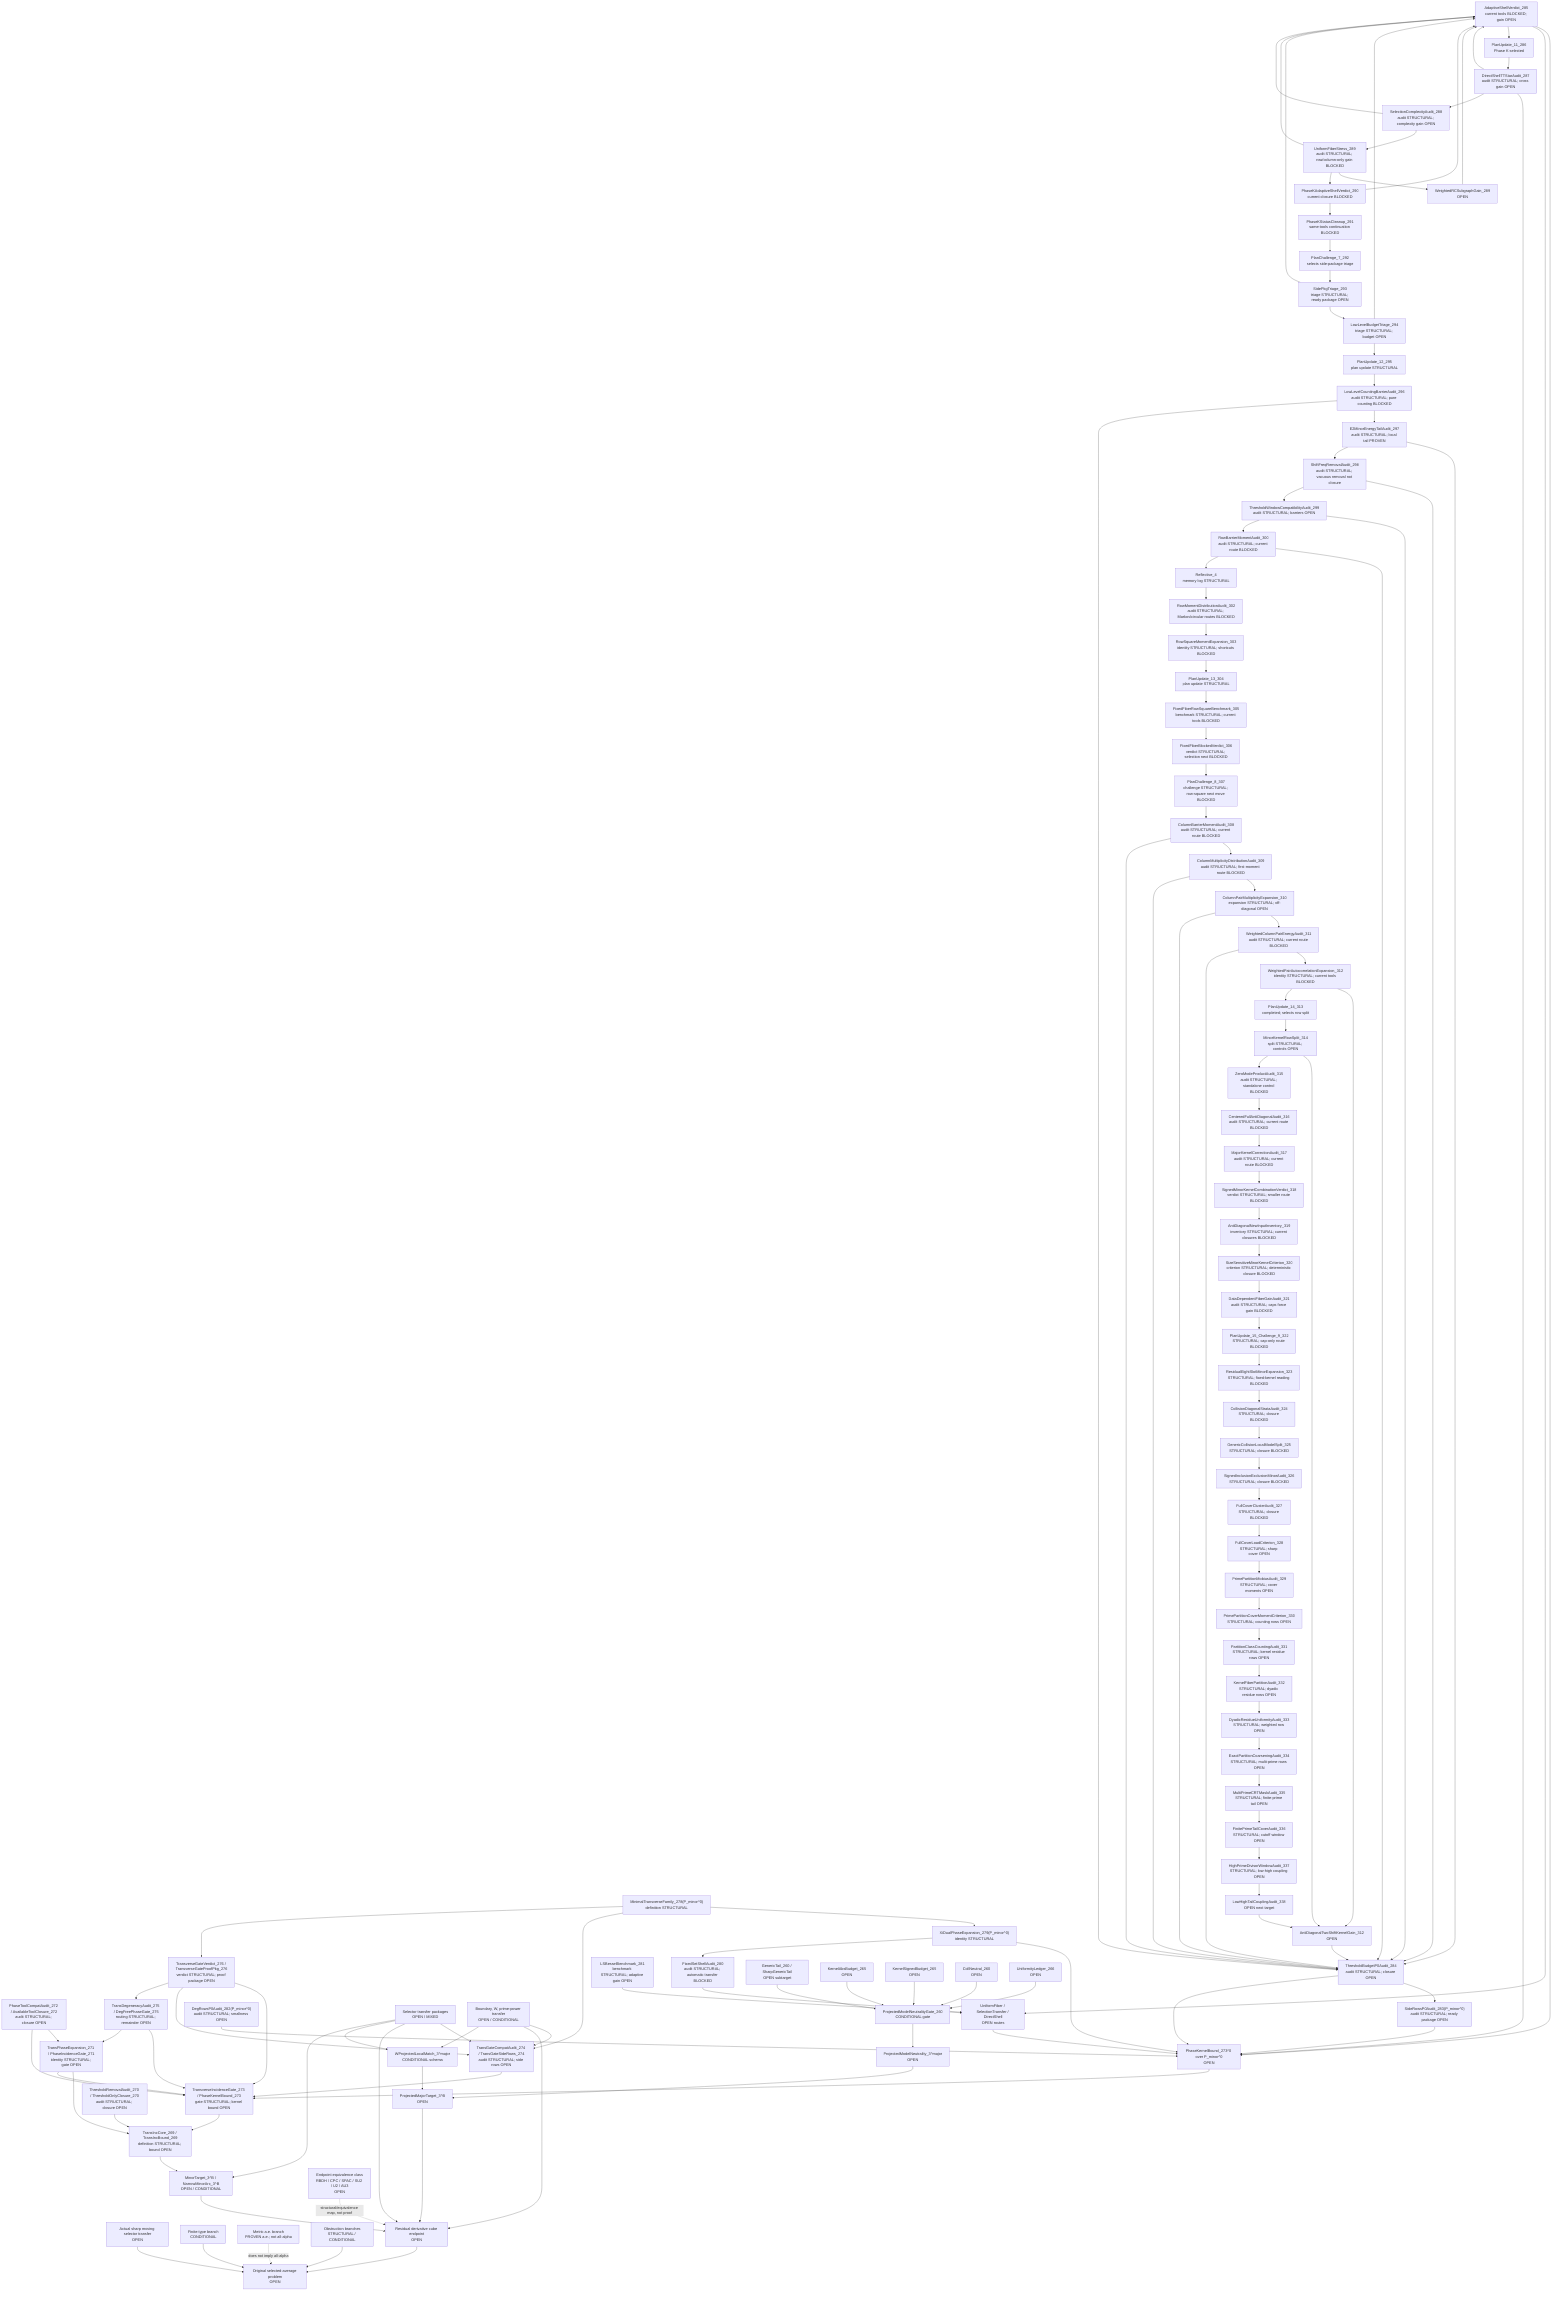
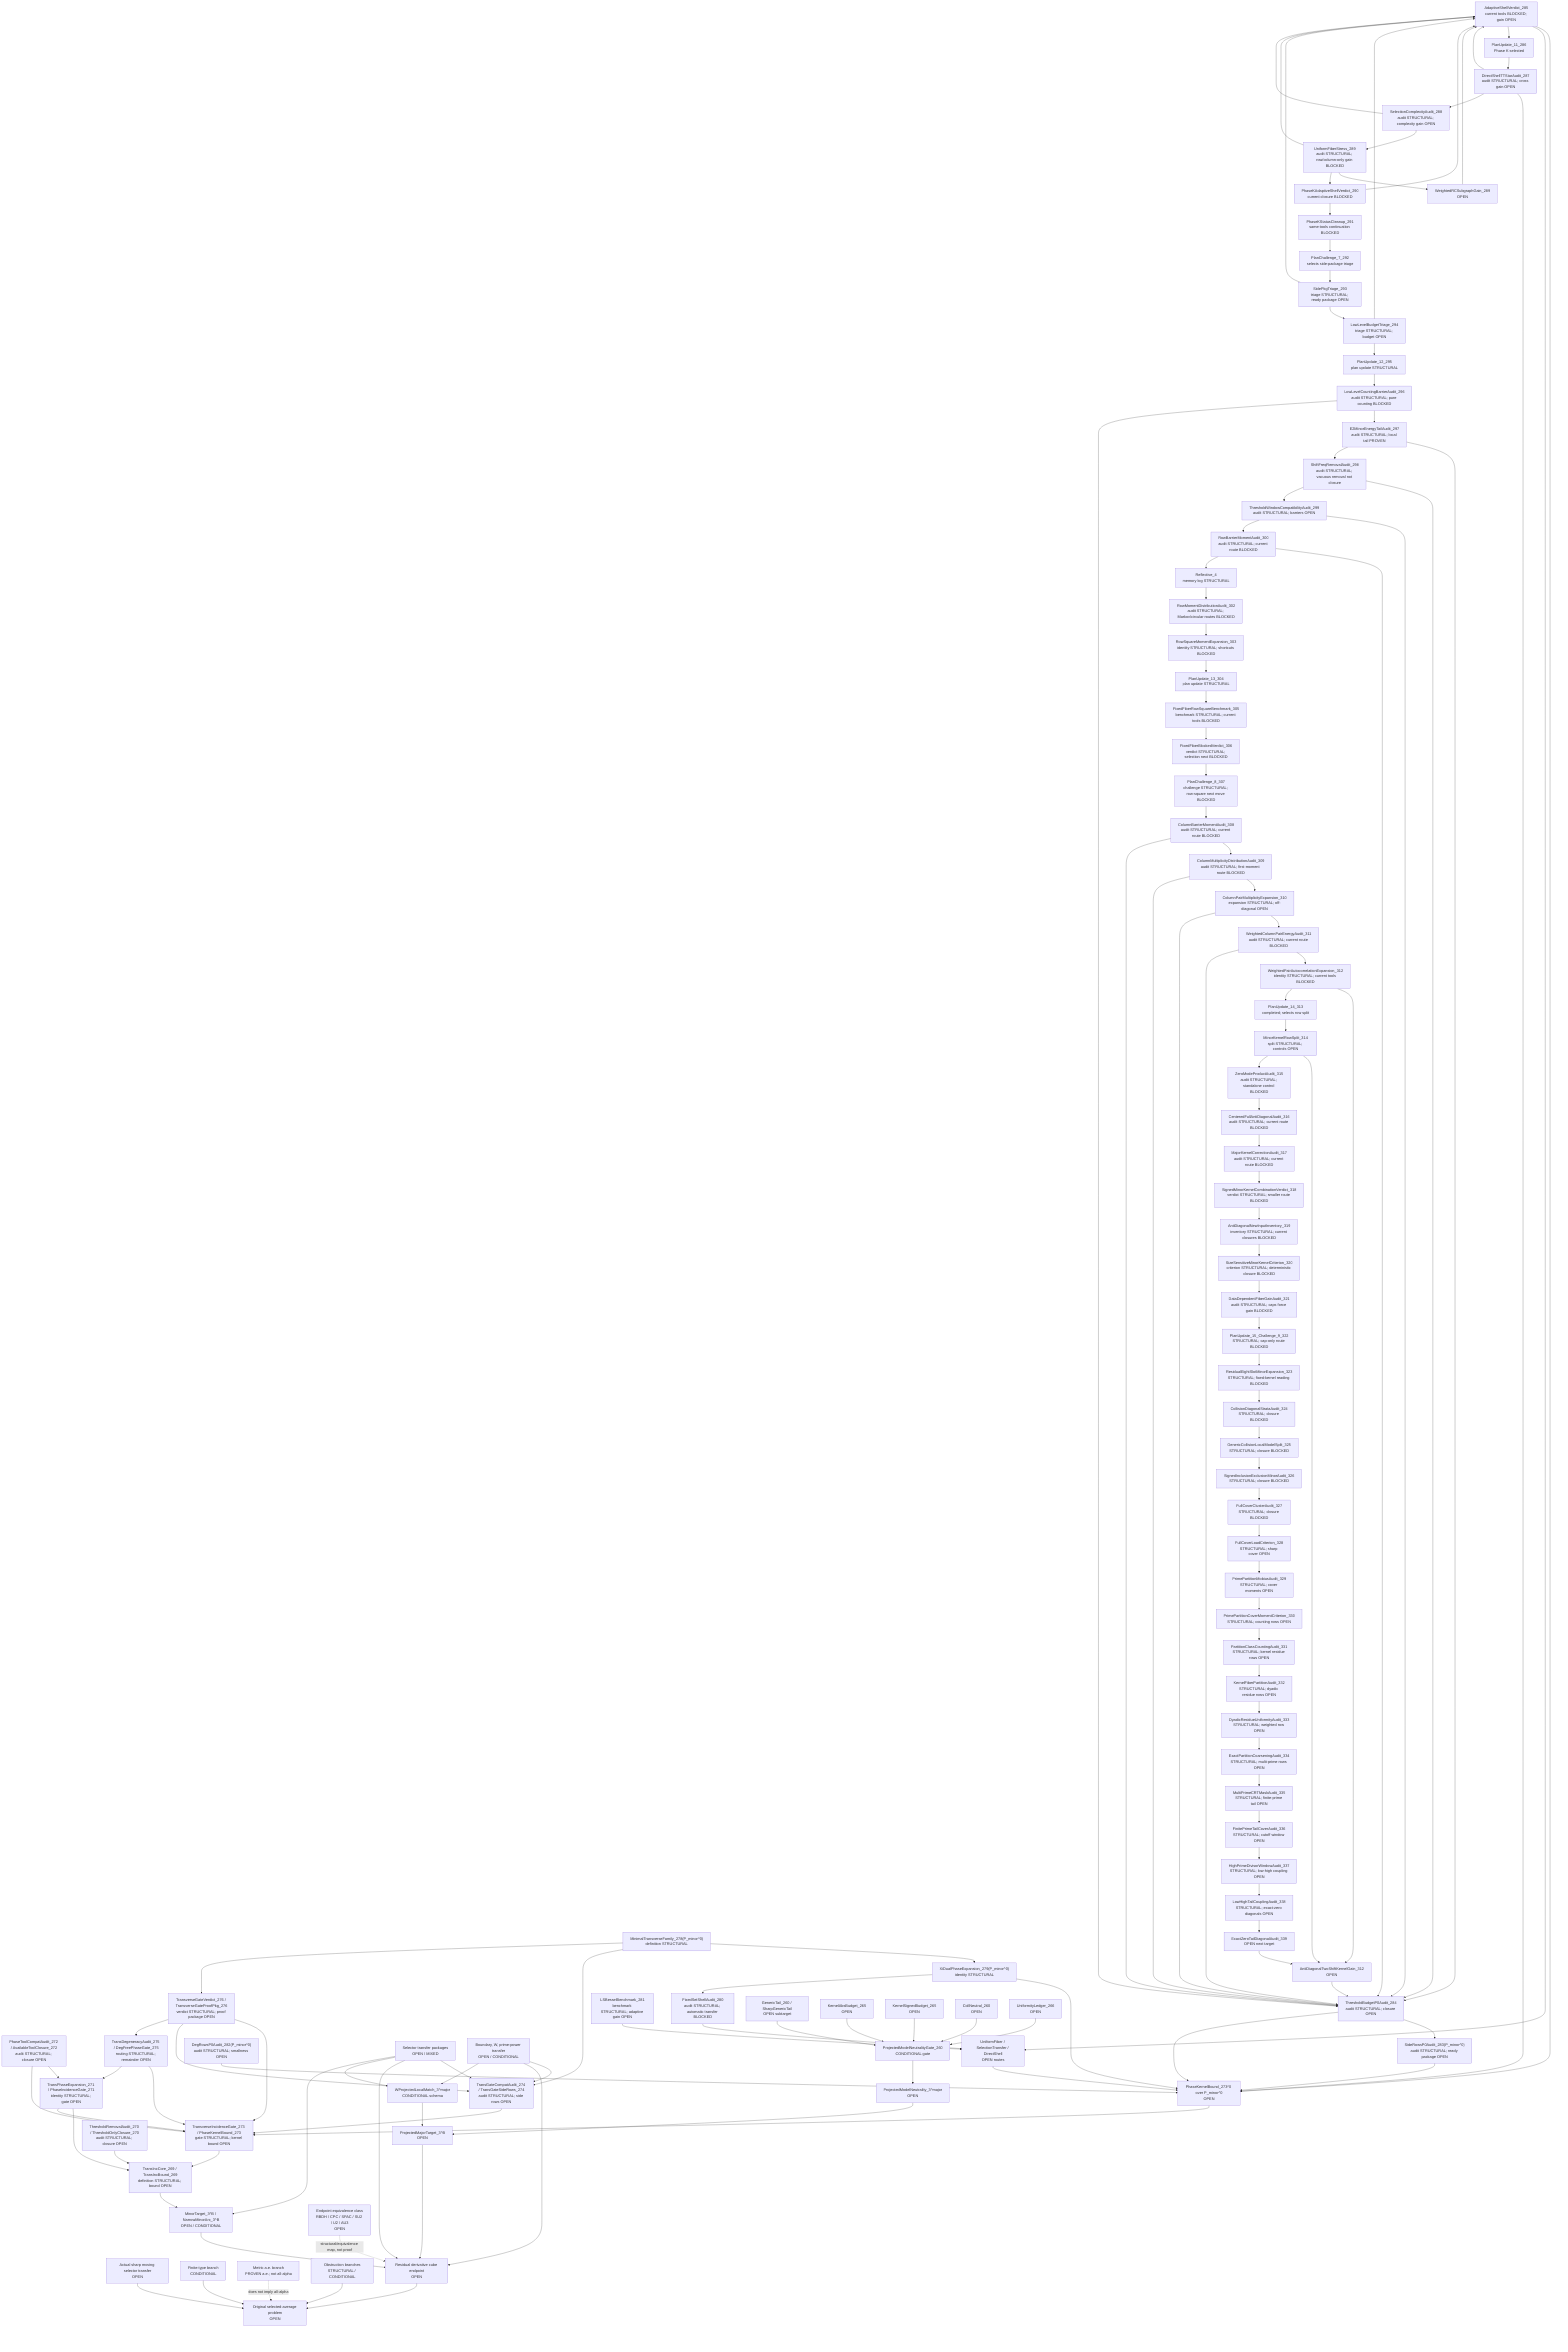
flowchart TD
  Original["Original selected-average problem<br/>OPEN"]
  SharpSel["Actual sharp moving selector transfer<br/>OPEN"]
  FiniteType["Finite-type branch<br/>CONDITIONAL"]
  Metric["Metric a.e. branch<br/>PROVEN a.e.; not all-alpha"]
  Obstruction["Obstruction branches<br/>STRUCTURAL / CONDITIONAL"]

  ResCube["Residual derivative cube endpoint<br/>OPEN"]
  MajorTarget["ProjectedMajorTarget_3^B<br/>OPEN"]
  MinorTarget["MinorTarget_3^B / NarrowMinorArc_3^B<br/>OPEN / CONDITIONAL"]
  TransInc["TransIncCore_269 / TransIncBound_269<br/>definition STRUCTURAL; bound OPEN"]
  ThresholdAudit["ThresholdRemovalAudit_270 / ThresholdOnlyClosure_270<br/>audit STRUCTURAL; closure OPEN"]
  PhaseExpansion["TransPhaseExpansion_271 / PhaseIncidenceGate_271<br/>identity STRUCTURAL; gate OPEN"]
  ToolCompat["PhaseToolCompatAudit_272 / AvailableToolClosure_272<br/>audit STRUCTURAL; closure OPEN"]
  TransGate["TransverseIncidenceGate_273 / PhaseKernelBound_273<br/>gate STRUCTURAL; kernel bound OPEN"]
  TransGateCompat["TransGateCompatAudit_274 / TransGateSideRows_274<br/>audit STRUCTURAL; side rows OPEN"]
  DegAudit["TransDegeneracyAudit_275 / DegFreePhaseGate_275<br/>routing STRUCTURAL; remainder OPEN"]
  TransVerdict["TransverseGateVerdict_276 / TransverseGateProofPkg_276<br/>verdict STRUCTURAL; proof package OPEN"]
  MinTransFamily["MinimalTransverseFamily_278(P_minor^0)<br/>definition STRUCTURAL"]
  XiExpansion["XiDualPhaseExpansion_279(P_minor^0)<br/>identity STRUCTURAL"]
  FixedShellAudit["FixedSetShellAudit_280<br/>audit STRUCTURAL; automatic transfer BLOCKED"]
  FixedShellTransfer["UniformFiber / SelectionTransfer / DirectShell<br/>OPEN routes"]
  LSBesselBench["LSBesselBenchmark_281<br/>benchmark STRUCTURAL; adaptive gain OPEN"]
  DegRowsP0["DegRowsP0Audit_282(P_minor^0)<br/>audit STRUCTURAL; smallness OPEN"]
  SideRowsP0["SideRowsP0Audit_283(P_minor^0)<br/>audit STRUCTURAL; ready package OPEN"]
  ThresholdP0["ThresholdBudgetP0Audit_284<br/>audit STRUCTURAL; closure OPEN"]
  AdaptiveShellP0["AdaptiveShellVerdict_285<br/>current tools BLOCKED; gain OPEN"]
  PlanUpdate11["PlanUpdate_11_286<br/>Phase K selected"]
  DirectTTStar["DirectShellTTStarAudit_287<br/>audit STRUCTURAL; cross gain OPEN"]
  SelectionComplexity["SelectionComplexityAudit_288<br/>audit STRUCTURAL; complexity gain OPEN"]
  UniformFiberStress["UniformFiberStress_289<br/>audit STRUCTURAL; row/column-only gain BLOCKED"]
  WeightedRCSubgraph["WeightedRCSubgraphGain_289<br/>OPEN"]
  AdaptiveVerdict290["PhaseKAdaptiveShellVerdict_290<br/>current closure BLOCKED"]
  PhaseKCleanup291["PhaseKStatusCleanup_291<br/>same-tools continuation BLOCKED"]
  PlanChallenge7["PlanChallenge_7_292<br/>selects side-package triage"]
  SidePkgTriage293["SidePkgTriage_293<br/>triage STRUCTURAL; ready package OPEN"]
  LowLevelTriage294["LowLevelBudgetTriage_294<br/>triage STRUCTURAL; budget OPEN"]
  PlanUpdate12["PlanUpdate_12_295<br/>plan update STRUCTURAL"]
  LowLevelBarrier296["LowLevelCountingBarrierAudit_296<br/>audit STRUCTURAL; pure counting BLOCKED"]
  E2Tail297["E2MinorEnergyTailAudit_297<br/>audit STRUCTURAL; local tail PROVEN"]
  ShiftFreq298["ShiftFreqRemovalAudit_298<br/>audit STRUCTURAL; vacuous removal not closure"]
  ThresholdWindow299["ThresholdWindowCompatibilityAudit_299<br/>audit STRUCTURAL; barriers OPEN"]
  RowBarrier300["RowBarrierMomentAudit_300<br/>audit STRUCTURAL; current route BLOCKED"]
  Reflective4["Reflective_4<br/>memory log STRUCTURAL"]
  RowMoment302["RowMomentDistributionAudit_302<br/>audit STRUCTURAL; Markov/circular routes BLOCKED"]
  RowSquare303["RowSquareMomentExpansion_303<br/>identity STRUCTURAL; shortcuts BLOCKED"]
  PlanUpdate13["PlanUpdate_13_304<br/>plan update STRUCTURAL"]
  FixedFiber305["FixedFiberRowSquareBenchmark_305<br/>benchmark STRUCTURAL; current tools BLOCKED"]
  FixedFiber306["FixedFiberBlockedVerdict_306<br/>verdict STRUCTURAL; selection next BLOCKED"]
  PlanChallenge8["PlanChallenge_8_307<br/>challenge STRUCTURAL; row-square next move BLOCKED"]
  ColumnBarrier308["ColumnBarrierMomentAudit_308<br/>audit STRUCTURAL; current route BLOCKED"]
  ColumnDist309["ColumnMultiplicityDistributionAudit_309<br/>audit STRUCTURAL; first-moment route BLOCKED"]
  ColumnPair310["ColumnPairMultiplicityExpansion_310<br/>expansion STRUCTURAL; off-diagonal OPEN"]
  WPair311["WeightedColumnPairEnergyAudit_311<br/>audit STRUCTURAL; current route BLOCKED"]
  AutoCorr312["WeightedPairAutocorrelationExpansion_312<br/>identity STRUCTURAL; current tools BLOCKED"]
  AntiDiag312["AntiDiagonalTwoShiftKernelGain_312<br/>OPEN"]
  PlanUpdate14["PlanUpdate_14_313<br/>completed; selects row split"]
  MinorKernel314["MinorKernelRowSplit_314<br/>split STRUCTURAL; controls OPEN"]
  ZeroAudit315["ZeroModeProductAudit_315<br/>audit STRUCTURAL; standalone control BLOCKED"]
  CenteredFull316["CenteredFullAntiDiagonalAudit_316<br/>audit STRUCTURAL; current route BLOCKED"]
  MajorCorr317["MajorKernelCorrectionAudit_317<br/>audit STRUCTURAL; current route BLOCKED"]
  SignedVerdict318["SignedMinorKernelCombinationVerdict_318<br/>verdict STRUCTURAL; smaller route BLOCKED"]
  NewInput319["AntiDiagonalNewInputInventory_319<br/>inventory STRUCTURAL; current closures BLOCKED"]
  SizeSensitive320["SizeSensitiveMinorKernelCriterion_320<br/>criterion STRUCTURAL; deterministic closure BLOCKED"]
  FiberGain321["DataDependentFiberGainAudit_321<br/>audit STRUCTURAL; caps force gain BLOCKED"]
  Plan322["PlanUpdate_15_Challenge_9_322<br/>STRUCTURAL; cap-only route BLOCKED"]
  ResidualEight323["ResidualEightSlotMinorExpansion_323<br/>STRUCTURAL; fixed-kernel reading BLOCKED"]
  Collision324["CollisionDiagonalStrataAudit_324<br/>STRUCTURAL; closure BLOCKED"]
  GenericSplit325["GenericCollisionLocalModelSplit_325<br/>STRUCTURAL; closure BLOCKED"]
  SignedIE326["SignedInclusionExclusionMinorAudit_326<br/>STRUCTURAL; closure BLOCKED"]
  FullCover327["FullCoverClusterAudit_327<br/>STRUCTURAL; closure BLOCKED"]
  CoverLoad328["FullCoverLoadCriterion_328<br/>STRUCTURAL; sharp cover OPEN"]
  PrimeMobius329["PrimePartitionMobiusAudit_329<br/>STRUCTURAL; cover moments OPEN"]
  CoverMoment330["PrimePartitionCoverMomentCriterion_330<br/>STRUCTURAL; counting rows OPEN"]
  PartitionCount331["PartitionClassCountingAudit_331<br/>STRUCTURAL; kernel residue rows OPEN"]
  KernelFiber332["KernelFiberPartitionAudit_332<br/>STRUCTURAL; dyadic residue rows OPEN"]
  Dyadic333["DyadicResidueUniformityAudit_333<br/>STRUCTURAL; weighted row OPEN"]
  Coarsening334["ExactPartitionCoarseningAudit_334<br/>STRUCTURAL; multi-prime rows OPEN"]
  CRTMask335["MultiPrimeCRTMaskAudit_335<br/>STRUCTURAL; finite-prime tail OPEN"]
  Tail336["FinitePrimeTailCoverAudit_336<br/>STRUCTURAL; cutoff window OPEN"]
  DivWindow337["HighPrimeDivisorWindowAudit_337<br/>STRUCTURAL; low-high coupling OPEN"]
-   LowHigh338["LowHighTailCouplingAudit_338<br/>OPEN next target"]
+   LowHigh338["LowHighTailCouplingAudit_338<br/>STRUCTURAL; exact-zero diagonals OPEN"]
+   ExactZero339["ExactZeroTailDiagonalAudit_339<br/>OPEN next target"]
  PhaseKernel0["PhaseKernelBound_273^0 over P_minor^0<br/>OPEN"]
  SelectorTransfer["Selector transfer packages<br/>OPEN / MIXED"]
  BoundaryTransfer["Boundary, W, prime-power transfer<br/>OPEN / CONDITIONAL"]

  WLocal["WProjectedLocalMatch_3^major<br/>CONDITIONAL schema"]
  ModelNeutral["ProjectedModelNeutrality_3^major<br/>OPEN"]
  PMNGate["ProjectedModelNeutralityGate_260<br/>CONDITIONAL gate"]
  GenericTail["GenericTail_260 / SharpGenericTail<br/>OPEN subtarget"]
  KernelAbs["KernelAbsBudget_265<br/>OPEN"]
  KernelSigned["KernelSignedBudget_265<br/>OPEN"]
  CollNeutral["CollNeutral_260<br/>OPEN"]
  Uniformity["UniformityLedger_266<br/>OPEN"]

  EndpointClass["Endpoint equivalence class<br/>RBDH / CPC / SPAC / SU2 / U2 / AU3<br/>OPEN"]

  SharpSel --> Original
  FiniteType --> Original
  Obstruction --> Original
  ResCube --> Original
  Metric -. "does not imply all-alpha" .-> Original

  MajorTarget --> ResCube
  MinorTarget --> ResCube
  TransInc --> MinorTarget
  ThresholdAudit --> TransInc
  PhaseExpansion --> TransInc
  ToolCompat --> PhaseExpansion
  TransGate --> TransInc
  PhaseExpansion --> TransGate
  ToolCompat --> TransGate
  TransGateCompat --> TransGate
  SelectorTransfer --> TransGateCompat
  BoundaryTransfer --> TransGateCompat
  DegAudit --> TransGate
  DegAudit --> PhaseExpansion
  TransVerdict --> TransGate
  TransVerdict --> TransGateCompat
  TransVerdict --> DegAudit
  PhaseKernel0 --> TransGate
  MinTransFamily --> XiExpansion
  XiExpansion --> PhaseKernel0
  XiExpansion --> FixedShellAudit
  FixedShellAudit --> FixedShellTransfer
  FixedShellTransfer --> PhaseKernel0
  LSBesselBench --> FixedShellTransfer
  DegRowsP0 --> PhaseKernel0
  SideRowsP0 --> PhaseKernel0
  ThresholdP0 --> SideRowsP0
  ThresholdP0 --> PhaseKernel0
  AdaptiveShellP0 --> PhaseKernel0
  AdaptiveShellP0 --> FixedShellTransfer
  AdaptiveShellP0 --> PlanUpdate11
  PlanUpdate11 --> DirectTTStar
  DirectTTStar --> AdaptiveShellP0
  DirectTTStar --> PhaseKernel0
  DirectTTStar --> SelectionComplexity
  SelectionComplexity --> UniformFiberStress
  SelectionComplexity --> AdaptiveShellP0
  UniformFiberStress --> WeightedRCSubgraph
  WeightedRCSubgraph --> AdaptiveShellP0
  UniformFiberStress --> AdaptiveVerdict290
  UniformFiberStress --> AdaptiveShellP0
  AdaptiveVerdict290 --> AdaptiveShellP0
  AdaptiveVerdict290 --> PhaseKCleanup291
  PhaseKCleanup291 --> PlanChallenge7
  PlanChallenge7 --> SidePkgTriage293
  SidePkgTriage293 --> LowLevelTriage294
  SidePkgTriage293 --> AdaptiveShellP0
  LowLevelTriage294 --> AdaptiveShellP0
  LowLevelTriage294 --> PlanUpdate12
  PlanUpdate12 --> LowLevelBarrier296
  LowLevelBarrier296 --> E2Tail297
  LowLevelBarrier296 --> ThresholdP0
  E2Tail297 --> ThresholdP0
  E2Tail297 --> ShiftFreq298
  ShiftFreq298 --> ThresholdP0
  ShiftFreq298 --> ThresholdWindow299
  ThresholdWindow299 --> ThresholdP0
  ThresholdWindow299 --> RowBarrier300
  RowBarrier300 --> ThresholdP0
  RowBarrier300 --> Reflective4
  Reflective4 --> RowMoment302
  RowMoment302 --> RowSquare303
  RowSquare303 --> PlanUpdate13
  PlanUpdate13 --> FixedFiber305
  FixedFiber305 --> FixedFiber306
  FixedFiber306 --> PlanChallenge8
  PlanChallenge8 --> ColumnBarrier308
  ColumnBarrier308 --> ColumnDist309
  ColumnDist309 --> ColumnPair310
  ColumnPair310 --> WPair311
  WPair311 --> AutoCorr312
  AutoCorr312 --> AntiDiag312
  AntiDiag312 --> ThresholdP0
  AutoCorr312 --> PlanUpdate14
  PlanUpdate14 --> MinorKernel314
  MinorKernel314 --> AntiDiag312
  MinorKernel314 --> ZeroAudit315
  ZeroAudit315 --> CenteredFull316
  CenteredFull316 --> MajorCorr317
  MajorCorr317 --> SignedVerdict318
  SignedVerdict318 --> NewInput319
  NewInput319 --> SizeSensitive320
  SizeSensitive320 --> FiberGain321
  FiberGain321 --> Plan322
  Plan322 --> ResidualEight323
  ResidualEight323 --> Collision324
  Collision324 --> GenericSplit325
  GenericSplit325 --> SignedIE326
  SignedIE326 --> FullCover327
  FullCover327 --> CoverLoad328
  CoverLoad328 --> PrimeMobius329
  PrimeMobius329 --> CoverMoment330
  CoverMoment330 --> PartitionCount331
  PartitionCount331 --> KernelFiber332
  KernelFiber332 --> Dyadic333
  Dyadic333 --> Coarsening334
  Coarsening334 --> CRTMask335
  CRTMask335 --> Tail336
  Tail336 --> DivWindow337
  DivWindow337 --> LowHigh338
-   LowHigh338 --> AntiDiag312
+   LowHigh338 --> ExactZero339
+   ExactZero339 --> AntiDiag312
  WPair311 --> ThresholdP0
  ColumnPair310 --> ThresholdP0
  ColumnDist309 --> ThresholdP0
  ColumnBarrier308 --> ThresholdP0
  MinTransFamily --> TransGateCompat
  MinTransFamily --> TransVerdict
  SelectorTransfer --> ResCube
  BoundaryTransfer --> ResCube
  EndpointClass -. "structural/equivalence map, not proof" .-> ResCube

  WLocal --> MajorTarget
  ModelNeutral --> MajorTarget

  PMNGate --> ModelNeutral
  GenericTail --> PMNGate
  KernelAbs --> PMNGate
  KernelSigned --> PMNGate
  CollNeutral --> PMNGate
  Uniformity --> PMNGate

  BoundaryTransfer --> WLocal
  SelectorTransfer --> WLocal
  SelectorTransfer --> MinorTarget
